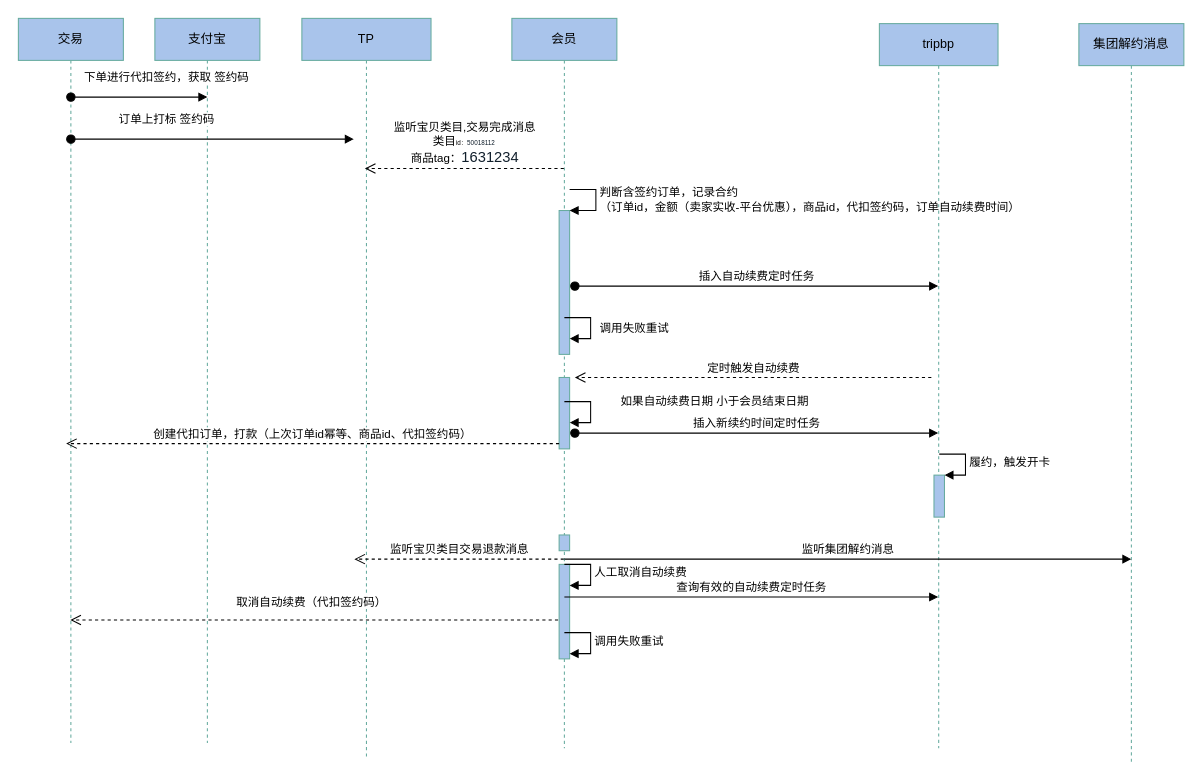
renqiuming/drawio keeps this draw.io diagram as page "连续包年" (5 of 5) of 付费权益.drawio. Above is the earlier version. Source tidied: cells renumbered, new cells numbered last; positions are measured from the earlier drawing's top-left corner, leaving out a move shared by most shapes. Both pictures are drawn from the tidied source at 105%, with x=0, y=0 at pixel (18, 18).
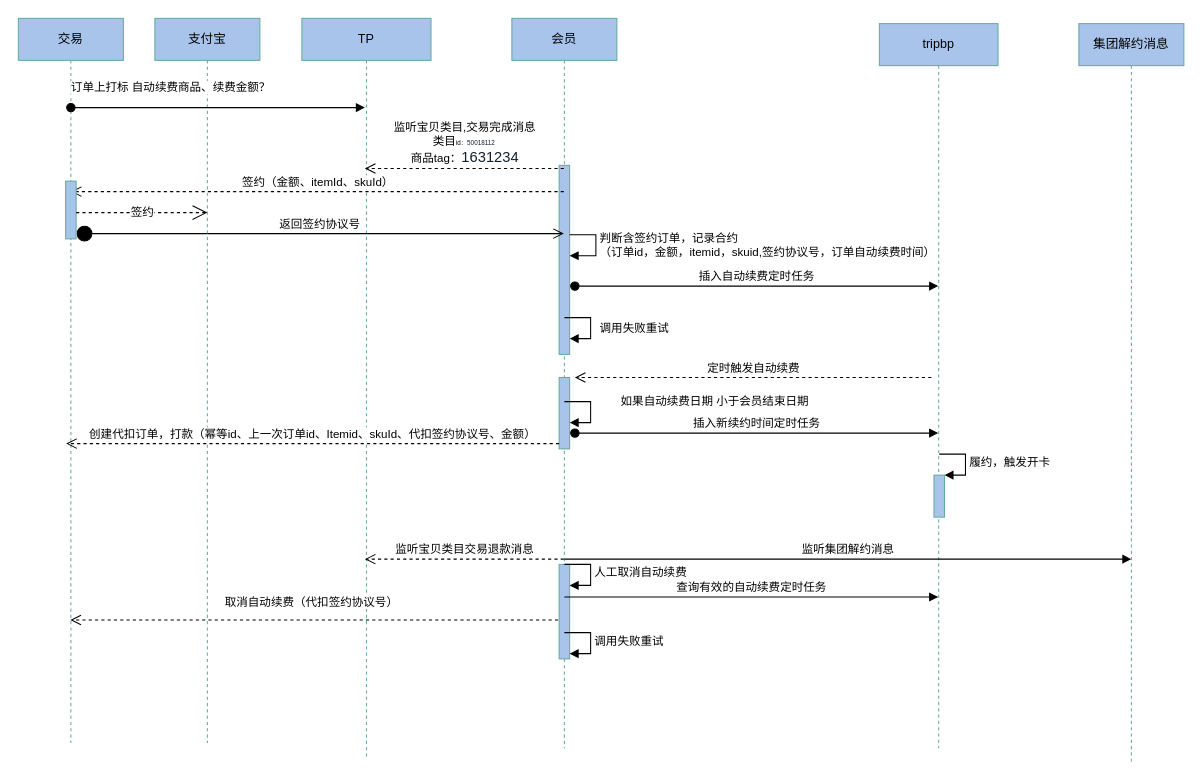
After the change.

Commit message:
更新付费权益.drawio

The change refers to these unchanged cells:
```xml
<mxCell id="2" value="会员" style="shape=umlLifeline;perimeter=lifelinePerimeter;whiteSpace=wrap;html=1;outlineConnect=0;strokeColor=#67AB9F;fillColor=#A9C4EB;" parent="1" vertex="1">
  <mxGeometry x="470" width="100" height="695" as="geometry" />
</mxCell>
<mxCell id="9" style="html=1;points=[];perimeter=orthogonalPerimeter;strokeColor=#67AB9F;fillColor=#A9C4EB;" parent="2" vertex="1">
  <mxGeometry x="45" y="520" width="10" height="90" as="geometry" />
</mxCell>
<mxCell id="11" value="TP" style="shape=umlLifeline;perimeter=lifelinePerimeter;whiteSpace=wrap;html=1;strokeColor=#67AB9F;fillColor=#A9C4EB;" parent="1" vertex="1">
  <mxGeometry x="270" width="123" height="705" as="geometry" />
</mxCell>
<mxCell id="14" value="交易" style="shape=umlLifeline;perimeter=lifelinePerimeter;whiteSpace=wrap;html=1;outlineConnect=0;strokeColor=#67AB9F;fillColor=#A9C4EB;" parent="1" vertex="1">
  <mxGeometry width="100" height="690" as="geometry" />
</mxCell>
<mxCell id="20" value="支付宝" style="shape=umlLifeline;perimeter=lifelinePerimeter;whiteSpace=wrap;html=1;strokeColor=#67AB9F;fillColor=#A9C4EB;" parent="1" vertex="1">
  <mxGeometry x="130" width="100" height="690" as="geometry" />
</mxCell>
```

Change to the diagram source:
```diff
@@
     <mxCell id="3" style="html=1;points=[];perimeter=orthogonalPerimeter;strokeColor=#67AB9F;fillColor=#A9C4EB;" parent="2" vertex="1">
-      <mxGeometry x="45" y="183" width="10" height="137" as="geometry" />
+      <mxGeometry x="45" y="140" width="10" height="180" as="geometry" />
     </mxCell>
-    <mxCell id="4" value="判断含签约订单，记录合约&lt;br&gt;（订单id，金额（卖家实收-平台优惠），商品id，代扣签约码，订单自动续费时间）" style="edgeStyle=orthogonalEdgeStyle;html=1;align=left;spacingLeft=2;endArrow=block;rounded=0;entryX=1;entryY=0;" parent="2" edge="1" target="3">
+    <mxCell id="4" value="判断含签约订单，记录合约&lt;br&gt;（订单id，金额，itemid，skuid,签约协议号，订单自动续费时间）" style="edgeStyle=orthogonalEdgeStyle;html=1;align=left;spacingLeft=2;endArrow=block;rounded=0;entryX=1;entryY=0;" parent="2" edge="1">
       <mxGeometry relative="1" as="geometry">
-        <mxPoint x="55" y="163" as="sourcePoint" />
+        <mxPoint x="55" y="206" as="sourcePoint" />
+        <mxPoint x="55" y="226" as="targetPoint" />
         <Array as="points">
-          <mxPoint x="80" y="163" />
+          <mxPoint x="80" y="206" />
+          <mxPoint x="80" y="226" />
         </Array>
       </mxGeometry>
     </mxCell>
@@
-    <mxCell id="8" style="html=1;perimeter=orthogonalPerimeter;strokeColor=#67AB9F;fillColor=#A9C4EB;" parent="2" vertex="1">
-      <mxGeometry x="45" y="492" width="10" height="15" as="geometry" />
-    </mxCell>
@@
     <mxCell id="13" value="监听宝贝类目交易退款消息" style="html=1;verticalAlign=bottom;endArrow=open;dashed=1;endSize=8;" parent="11" edge="1" source="2">
       <mxGeometry relative="1" as="geometry">
-        <mxPoint x="50" y="515" as="targetPoint" />
+        <mxPoint x="60" y="515" as="targetPoint" />
       </mxGeometry>
     </mxCell>
@@
+    <mxCell id="32" value="签约（金额、itemId、skuId）" style="html=1;verticalAlign=bottom;endArrow=open;dashed=1;endSize=8;" parent="14" edge="1" source="2">
+      <mxGeometry relative="1" as="geometry">
+        <mxPoint x="50" y="165" as="targetPoint" />
+      </mxGeometry>
+    </mxCell>
+    <mxCell id="33" value="返回签约协议号" style="html=1;verticalAlign=bottom;startArrow=circle;startFill=1;endArrow=open;startSize=6;endSize=8;" parent="14" edge="1" target="2">
+      <mxGeometry relative="1" as="geometry">
+        <mxPoint x="55" y="205" as="sourcePoint" />
+      </mxGeometry>
+    </mxCell>
+    <mxCell id="34" style="html=1;perimeter=orthogonalPerimeter;strokeColor=#67AB9F;fillColor=#A9C4EB;" parent="14" vertex="1">
+      <mxGeometry x="45" y="155" width="10" height="55" as="geometry" />
+    </mxCell>
@@
-    <mxCell id="21" style="html=1;verticalAlign=bottom;startArrow=oval;startFill=1;endArrow=block;startSize=8;" parent="20" edge="1">
-      <mxGeometry relative="1" as="geometry">
-        <mxPoint x="-80" y="75" as="sourcePoint" />
-        <mxPoint x="50" y="75" as="targetPoint" />
-      </mxGeometry>
-    </mxCell>
-    <mxCell id="22" value="下单进行代扣签约，获取 签约码" style="edgeLabel;html=1;align=center;verticalAlign=middle;" parent="21" vertex="1">
-      <mxGeometry x="-0.23" y="-1" relative="1" as="geometry">
-        <mxPoint x="40" y="-21" as="offset" />
-      </mxGeometry>
-    </mxCell>
+    <mxCell id="35" value="签约" style="endArrow=open;endSize=12;dashed=1;html=1;" parent="20" edge="1">
+      <mxGeometry relative="1" as="geometry">
+        <mxPoint x="-75" y="185" as="sourcePoint" />
+        <mxPoint x="50" y="185" as="targetPoint" />
+      </mxGeometry>
+    </mxCell>
     <mxCell id="23" style="html=1;verticalAlign=bottom;startArrow=oval;startFill=1;endArrow=block;startSize=8;" parent="1" edge="1">
       <mxGeometry relative="1" as="geometry">
-        <mxPoint x="50" y="115" as="sourcePoint" />
-        <mxPoint x="319.5" y="115" as="targetPoint" />
+        <mxPoint x="50" y="85" as="sourcePoint" />
+        <mxPoint x="330" y="85" as="targetPoint" />
       </mxGeometry>
     </mxCell>
-    <mxCell id="24" value="订单上打标 签约码" style="edgeLabel;html=1;align=center;verticalAlign=middle;" parent="23" vertex="1">
+    <mxCell id="24" value="订单上打标 自动续费商品、续费金额？" style="edgeLabel;html=1;align=center;verticalAlign=middle;" parent="23" vertex="1">
       <mxGeometry x="-0.23" y="-1" relative="1" as="geometry">
         <mxPoint x="-14" y="-21" as="offset" />
       </mxGeometry>
     </mxCell>
@@
-    <mxCell id="28" value="取消自动续费（代扣签约码）" style="html=1;verticalAlign=bottom;endArrow=open;dashed=1;endSize=8;exitX=-0.1;exitY=0.589;exitDx=0;exitDy=0;exitPerimeter=0;" parent="1" edge="1" source="9" target="14">
+    <mxCell id="28" value="取消自动续费（代扣签约协议号）" style="html=1;verticalAlign=bottom;endArrow=open;dashed=1;endSize=8;exitX=-0.1;exitY=0.589;exitDx=0;exitDy=0;exitPerimeter=0;" parent="1" edge="1" source="9" target="14">
       <mxGeometry x="0.01" y="-8" relative="1" as="geometry">
         <Array as="points">
           <mxPoint x="410" y="573" />
           <mxPoint x="130" y="573" />
         </Array>
       </mxGeometry>
     </mxCell>
-    <mxCell id="29" value="创建代扣订单，打款（上次订单id幂等、商品id、代扣签约码）" style="html=1;verticalAlign=bottom;endArrow=open;dashed=1;endSize=8;" parent="1" edge="1">
+    <mxCell id="29" value="创建代扣订单，打款（幂等id、上一次订单id、Itemid、skuId、代扣签约协议号、金额）" style="html=1;verticalAlign=bottom;endArrow=open;dashed=1;endSize=8;" parent="1" edge="1">
       <mxGeometry relative="1" as="geometry">
         <mxPoint x="515" y="405" as="sourcePoint" />
         <mxPoint x="45.5" y="405" as="targetPoint" />
       </mxGeometry>
     </mxCell>
```
